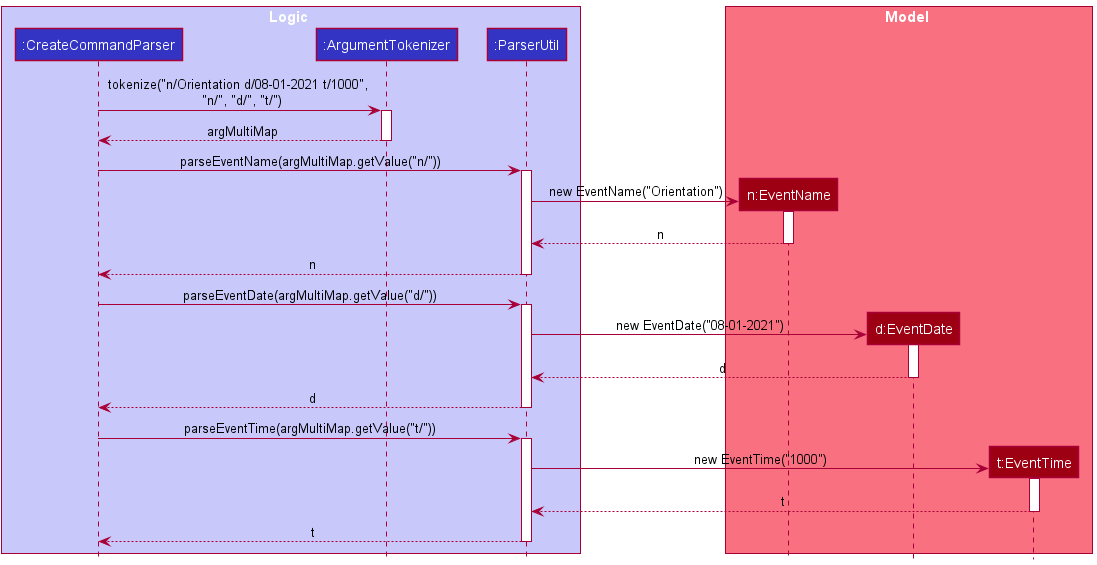
Earlier version of the PlantUML export docs/images/CreateParseArguments.png (wowsiddanth/tp). Its source is kept beside it as docs/diagrams/CreateParseArguments.puml.
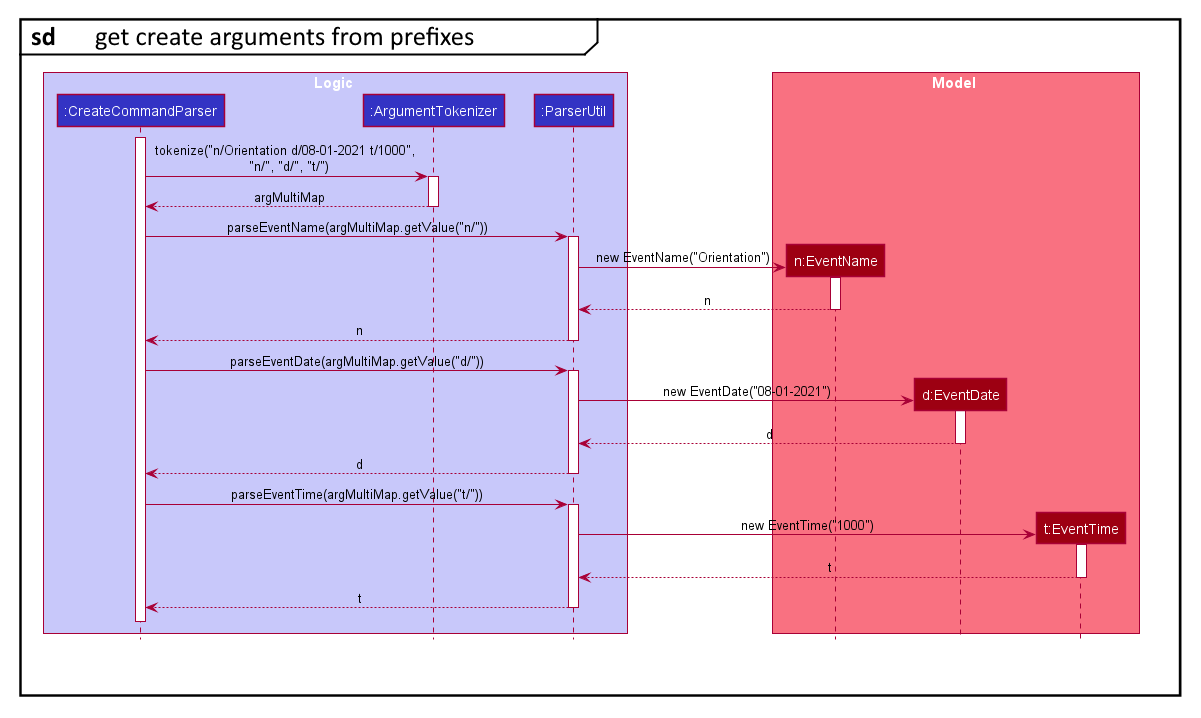
After the change.

What changed in the source:
```diff
@@ -12,6 +12,8 @@
 participant "d:EventDate" as EventDate MODEL_COLOR
 participant "t:EventTime" as EventTime MODEL_COLOR
 end box
+
+activate CreateCommandParser
 
 CreateCommandParser -> ArgumentTokenizer: tokenize("n/Orientation d/08-01-2021 t/1000", \n "n/", "d/", "t/")
 activate ArgumentTokenizer
@@ -58,4 +60,7 @@
 ParserUtil --> CreateCommandParser: t
 deactivate ParserUtil
 
+CreateCommandParser -[hidden]-> ArgumentTokenizer
+deactivate CreateCommandParser
+
 @enduml
```
